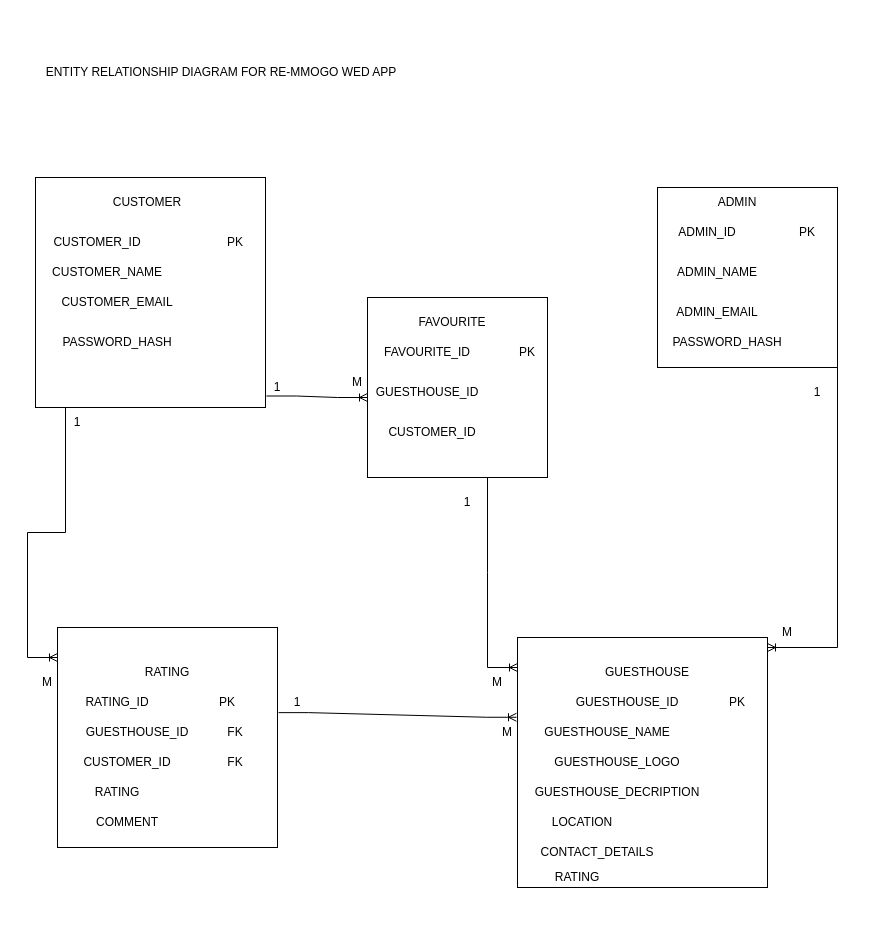
Before: Untitled Diagram.drawio in LaoneKM/Nottingham-Forest-GuestHouse_Project, a draw.io diagram. Source tidied: cells renumbered, new cells numbered last; positions are measured from the earlier drawing's top-left corner, leaving out a move shared by most shapes. Both pictures are drawn from the tidied source at 100%, with x=0, y=0 at pixel (17, 57).
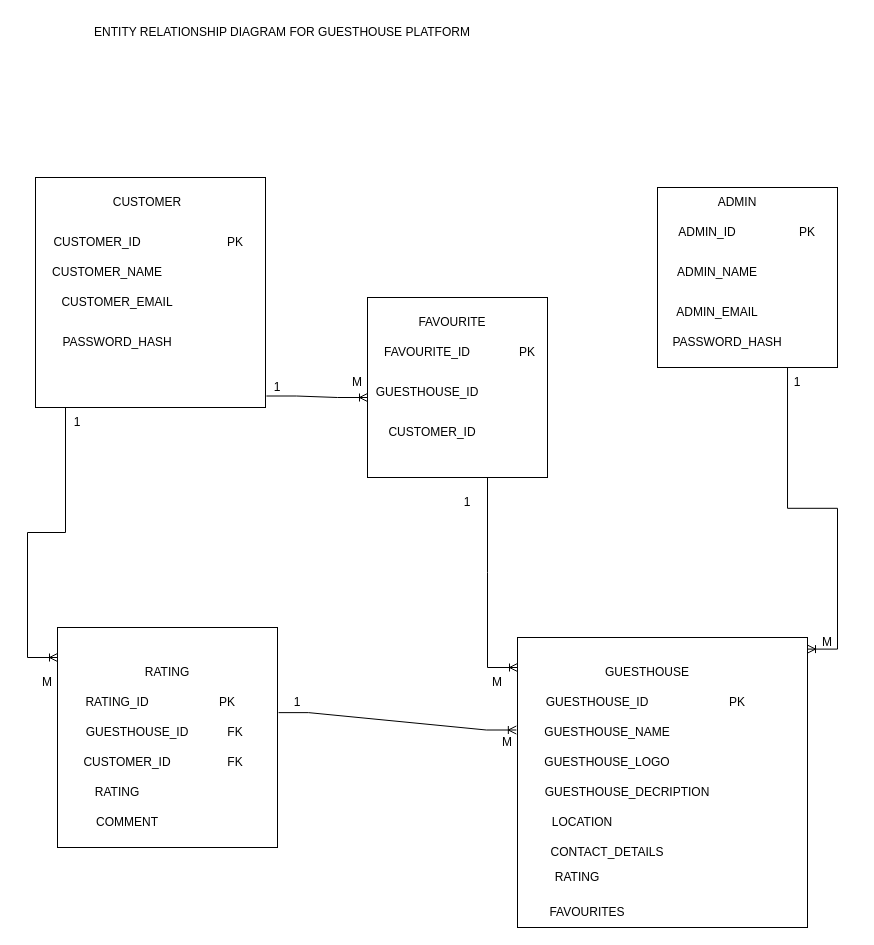
Above is the later version.

The change refers to these unchanged cells:
```xml
<mxCell id="6" style="whiteSpace=wrap;html=1;" parent="1" vertex="1">
  <mxGeometry x="640" y="130" width="180" height="180" as="geometry" />
</mxCell>
```

What changed in the source:
```diff
@@
     <mxCell id="3" style="whiteSpace=wrap;html=1;" parent="1" vertex="1">
-      <mxGeometry x="500" y="580" width="250" height="250" as="geometry" />
+      <mxGeometry x="500" y="580" width="290" height="290" as="geometry" />
     </mxCell>
@@
-    <mxCell id="7" value="ENTITY RELATIONSHIP DIAGRAM FOR RE-MMOGO WED APP" style="text;html=1;whiteSpace=wrap;strokeColor=none;fillColor=none;align=center;verticalAlign=middle;rounded=0;" parent="1" vertex="1">
-      <mxGeometry x="18" width="372" height="30" as="geometry" />
-    </mxCell>
@@
     <mxCell id="9" value="GUESTHOUSE_ID" style="text;html=1;whiteSpace=wrap;strokeColor=none;fillColor=none;align=center;verticalAlign=middle;rounded=0;" parent="1" vertex="1">
-      <mxGeometry x="560" y="630" width="100" height="30" as="geometry" />
+      <mxGeometry x="530" y="630" width="100" height="30" as="geometry" />
     </mxCell>
@@
     <mxCell id="11" value="GUESTHOUSE_LOGO" style="text;html=1;whiteSpace=wrap;strokeColor=none;fillColor=none;align=center;verticalAlign=middle;rounded=0;" parent="1" vertex="1">
-      <mxGeometry x="570" y="690" width="60" height="30" as="geometry" />
+      <mxGeometry x="560" y="690" width="60" height="30" as="geometry" />
     </mxCell>
     <mxCell id="12" value="GUESTHOUSE_DECRIPTION" style="text;html=1;whiteSpace=wrap;strokeColor=none;fillColor=none;align=center;verticalAlign=middle;rounded=0;" parent="1" vertex="1">
-      <mxGeometry x="590" y="720" width="20" height="30" as="geometry" />
+      <mxGeometry x="600" y="720" width="20" height="30" as="geometry" />
     </mxCell>
@@
     <mxCell id="16" value="CONTACT_DETAILS" style="text;html=1;whiteSpace=wrap;strokeColor=none;fillColor=none;align=center;verticalAlign=middle;rounded=0;" parent="1" vertex="1">
-      <mxGeometry x="550" y="780" width="60" height="30" as="geometry" />
+      <mxGeometry x="560" y="780" width="60" height="30" as="geometry" />
     </mxCell>
@@
-    <mxCell id="50" style="edgeStyle=entityRelationEdgeStyle;fontSize=12;html=1;endArrow=ERoneToMany;rounded=0;entryX=1;entryY=0.04;entryDx=0;entryDy=0;entryPerimeter=0;" parent="1" edge="1" target="3">
-      <mxGeometry relative="1" as="geometry">
-        <mxPoint x="790" y="310" as="sourcePoint" />
-      </mxGeometry>
+    <mxCell id="50" style="edgeStyle=entityRelationEdgeStyle;fontSize=12;html=1;endArrow=ERoneToMany;rounded=0;entryX=1;entryY=0.04;entryDx=0;entryDy=0;entryPerimeter=0;exitX=0.889;exitY=1;exitDx=0;exitDy=0;exitPerimeter=0;" parent="1" edge="1" source="6" target="3">
+      <mxGeometry x="0.16" relative="1" as="geometry" />
     </mxCell>
@@
     <mxCell id="53" value="M" style="text;html=1;whiteSpace=wrap;strokeColor=none;fillColor=none;align=center;verticalAlign=middle;rounded=0;" parent="1" vertex="1">
-      <mxGeometry x="460" y="660" width="60" height="30" as="geometry" />
+      <mxGeometry x="460" y="670" width="60" height="30" as="geometry" />
     </mxCell>
@@
     <mxCell id="55" value="1" style="text;html=1;whiteSpace=wrap;strokeColor=none;fillColor=none;align=center;verticalAlign=middle;rounded=0;" parent="1" vertex="1">
-      <mxGeometry x="770" y="320" width="60" height="30" as="geometry" />
+      <mxGeometry x="750" y="310" width="60" height="30" as="geometry" />
     </mxCell>
+    <mxCell id="57" value="M" style="text;html=1;whiteSpace=wrap;strokeColor=none;fillColor=none;align=center;verticalAlign=middle;rounded=0;" parent="1" vertex="1">
+      <mxGeometry x="450" y="610" width="60" height="30" as="geometry" />
+    </mxCell>
+    <mxCell id="58" value="FAVOURITES" style="text;html=1;whiteSpace=wrap;strokeColor=none;fillColor=none;align=center;verticalAlign=middle;rounded=0;" parent="1" vertex="1">
+      <mxGeometry x="540" y="840" width="60" height="30" as="geometry" />
+    </mxCell>
     <mxCell id="56" value="M" style="text;html=1;whiteSpace=wrap;strokeColor=none;fillColor=none;align=center;verticalAlign=middle;rounded=0;" parent="1" vertex="1">
-      <mxGeometry x="740" y="560" width="60" height="30" as="geometry" />
+      <mxGeometry x="780" y="570" width="60" height="30" as="geometry" />
     </mxCell>
-    <mxCell id="57" value="M" style="text;html=1;whiteSpace=wrap;strokeColor=none;fillColor=none;align=center;verticalAlign=middle;rounded=0;" parent="1" vertex="1">
-      <mxGeometry x="450" y="610" width="60" height="30" as="geometry" />
-    </mxCell>
+    <mxCell id="59" value="ENTITY RELATIONSHIP DIAGRAM FOR GUESTHOUSE PLATFORM" style="text;html=1;whiteSpace=wrap;strokeColor=none;fillColor=none;align=center;verticalAlign=middle;rounded=0;" parent="1" vertex="1">
+      <mxGeometry x="70" y="-40" width="390" height="30" as="geometry" />
+    </mxCell>
```
